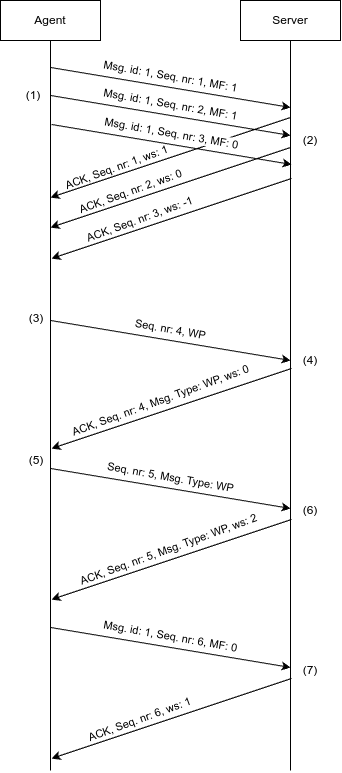
This is report/img/sequence_diagrams/flux_control.png from migueltc13/project-CC, a draw.io export, as it was before one commit. Source tidied: cells renumbered, new cells last; positions are measured from the earlier drawing's top-left corner, leaving out a move shared by most shapes. The source it was exported from:
```xml
<mxGraphModel>
  <root>
    <mxCell id="0" />
    <mxCell id="1" parent="0" />
    <mxCell id="2" value="Agent" style="rounded=0;whiteSpace=wrap;html=1;" parent="1" vertex="1">
      <mxGeometry width="100" height="40" as="geometry" />
    </mxCell>
    <mxCell id="3" value="Server" style="rounded=0;whiteSpace=wrap;html=1;" parent="1" vertex="1">
      <mxGeometry x="240" width="100" height="40" as="geometry" />
    </mxCell>
    <mxCell id="4" style="endArrow=none;html=1;rounded=0;exitX=0.5;exitY=1;exitDx=0;exitDy=0;" parent="1" edge="1" source="2">
      <mxGeometry relative="1" as="geometry">
        <mxPoint x="50" y="770" as="targetPoint" />
      </mxGeometry>
    </mxCell>
    <mxCell id="5" style="endArrow=none;html=1;rounded=0;exitX=0.5;exitY=1;exitDx=0;exitDy=0;" parent="1" edge="1" source="3">
      <mxGeometry relative="1" as="geometry">
        <mxPoint x="290" y="770" as="targetPoint" />
      </mxGeometry>
    </mxCell>
    <mxCell id="6" value="(1)" style="text;html=1;align=center;verticalAlign=middle;whiteSpace=wrap;rounded=0;" parent="1" vertex="1">
      <mxGeometry x="23" y="85" width="20" height="20" as="geometry" />
    </mxCell>
    <mxCell id="7" style="endArrow=classic;html=1;rounded=0;" parent="1" edge="1">
      <mxGeometry relative="1" as="geometry">
        <mxPoint x="290" y="117" as="sourcePoint" />
        <mxPoint x="50" y="197" as="targetPoint" />
      </mxGeometry>
    </mxCell>
    <mxCell id="8" value="ACK, Seq. nr: 1, ws: 1" style="edgeLabel;html=1;align=center;verticalAlign=middle;rotation=-20;labelBackgroundColor=none;" parent="1" vertex="1">
      <mxGeometry x="150" y="171" as="geometry">
        <mxPoint x="-30.9" y="-15.8" as="offset" />
      </mxGeometry>
    </mxCell>
    <mxCell id="9" style="endArrow=classic;html=1;rounded=0;" parent="1" edge="1">
      <mxGeometry relative="1" as="geometry">
        <mxPoint x="50" y="67" as="sourcePoint" />
        <mxPoint x="290" y="107" as="targetPoint" />
      </mxGeometry>
    </mxCell>
    <mxCell id="10" value="Msg. id: 1, Seq. nr: 1, MF: 1" style="edgeLabel;html=1;align=center;verticalAlign=middle;rotation=10;" parent="9" vertex="1">
      <mxGeometry x="-0.12" y="-1" relative="1" as="geometry">
        <mxPoint x="15" y="-10" as="offset" />
      </mxGeometry>
    </mxCell>
    <mxCell id="11" value="(2)" style="text;html=1;align=center;verticalAlign=middle;whiteSpace=wrap;rounded=0;" parent="1" vertex="1">
      <mxGeometry x="300" y="130" width="20" height="20" as="geometry" />
    </mxCell>
    <mxCell id="12" value="(3)" style="text;html=1;align=center;verticalAlign=middle;whiteSpace=wrap;rounded=0;" parent="1" vertex="1">
      <mxGeometry x="26" y="308" width="20" height="20" as="geometry" />
    </mxCell>
    <mxCell id="13" style="endArrow=classic;html=1;rounded=0;" parent="1" edge="1">
      <mxGeometry relative="1" as="geometry">
        <mxPoint x="50" y="95" as="sourcePoint" />
        <mxPoint x="290" y="135" as="targetPoint" />
      </mxGeometry>
    </mxCell>
    <mxCell id="14" value="Msg. id: 1, Seq. nr: 2, MF: 1" style="edgeLabel;html=1;align=center;verticalAlign=middle;rotation=10;" parent="13" vertex="1">
      <mxGeometry x="-0.12" y="-1" relative="1" as="geometry">
        <mxPoint x="15" y="-10" as="offset" />
      </mxGeometry>
    </mxCell>
    <mxCell id="15" style="endArrow=classic;html=1;rounded=0;" parent="1" edge="1">
      <mxGeometry relative="1" as="geometry">
        <mxPoint x="51" y="124" as="sourcePoint" />
        <mxPoint x="291" y="164" as="targetPoint" />
      </mxGeometry>
    </mxCell>
    <mxCell id="16" value="Msg. id: 1, Seq. nr: 3, MF: 0" style="edgeLabel;html=1;align=center;verticalAlign=middle;rotation=10;" parent="15" vertex="1">
      <mxGeometry x="-0.12" y="-1" relative="1" as="geometry">
        <mxPoint x="15" y="-10" as="offset" />
      </mxGeometry>
    </mxCell>
    <mxCell id="17" style="endArrow=classic;html=1;rounded=0;" parent="1" edge="1">
      <mxGeometry relative="1" as="geometry">
        <mxPoint x="290" y="147" as="sourcePoint" />
        <mxPoint x="50" y="227" as="targetPoint" />
      </mxGeometry>
    </mxCell>
    <mxCell id="18" value="ACK, Seq. nr: 2, ws: 0" style="edgeLabel;html=1;align=center;verticalAlign=middle;rotation=-20;labelBackgroundColor=none;" parent="1" vertex="1">
      <mxGeometry x="164" y="195" as="geometry">
        <mxPoint x="-30.9" y="-15.8" as="offset" />
      </mxGeometry>
    </mxCell>
    <mxCell id="19" style="endArrow=classic;html=1;rounded=0;" parent="1" edge="1">
      <mxGeometry relative="1" as="geometry">
        <mxPoint x="291" y="178" as="sourcePoint" />
        <mxPoint x="51" y="258" as="targetPoint" />
      </mxGeometry>
    </mxCell>
    <mxCell id="20" value="ACK, Seq. nr: 3, ws: -1" style="edgeLabel;html=1;align=center;verticalAlign=middle;rotation=-20;labelBackgroundColor=none;" parent="1" vertex="1">
      <mxGeometry x="173" y="223" as="geometry">
        <mxPoint x="-30.9" y="-15.8" as="offset" />
      </mxGeometry>
    </mxCell>
    <mxCell id="21" style="endArrow=classic;html=1;rounded=0;" parent="1" edge="1">
      <mxGeometry relative="1" as="geometry">
        <mxPoint x="50" y="320" as="sourcePoint" />
        <mxPoint x="290" y="360" as="targetPoint" />
      </mxGeometry>
    </mxCell>
    <mxCell id="22" value="Seq. nr: 4, WP" style="edgeLabel;html=1;align=center;verticalAlign=middle;rotation=10;" parent="21" vertex="1">
      <mxGeometry x="-0.12" y="-1" relative="1" as="geometry">
        <mxPoint x="15" y="-10" as="offset" />
      </mxGeometry>
    </mxCell>
    <mxCell id="23" style="endArrow=classic;html=1;rounded=0;" parent="1" edge="1">
      <mxGeometry relative="1" as="geometry">
        <mxPoint x="291" y="368" as="sourcePoint" />
        <mxPoint x="51" y="448" as="targetPoint" />
      </mxGeometry>
    </mxCell>
    <mxCell id="24" value="(4)" style="text;html=1;align=center;verticalAlign=middle;whiteSpace=wrap;rounded=0;" parent="1" vertex="1">
      <mxGeometry x="300" y="350" width="20" height="20" as="geometry" />
    </mxCell>
    <mxCell id="25" style="endArrow=classic;html=1;rounded=0;" parent="1" edge="1">
      <mxGeometry relative="1" as="geometry">
        <mxPoint x="50" y="468" as="sourcePoint" />
        <mxPoint x="290" y="508" as="targetPoint" />
      </mxGeometry>
    </mxCell>
    <mxCell id="26" value="Seq. nr: 5, Msg. Type: WP" style="edgeLabel;html=1;align=center;verticalAlign=middle;rotation=10;" parent="25" vertex="1">
      <mxGeometry x="-0.12" y="-1" relative="1" as="geometry">
        <mxPoint x="15" y="-10" as="offset" />
      </mxGeometry>
    </mxCell>
    <mxCell id="27" style="endArrow=classic;html=1;rounded=0;" parent="1" edge="1">
      <mxGeometry relative="1" as="geometry">
        <mxPoint x="291" y="519" as="sourcePoint" />
        <mxPoint x="51" y="599" as="targetPoint" />
      </mxGeometry>
    </mxCell>
    <mxCell id="28" value="ACK, Seq. nr: 5, Msg. Type: WP, ws: 2" style="edgeLabel;html=1;align=center;verticalAlign=middle;rotation=-20;labelBackgroundColor=none;" parent="1" vertex="1">
      <mxGeometry x="250" y="552" as="geometry">
        <mxPoint x="-76.3" y="-31.2" as="offset" />
      </mxGeometry>
    </mxCell>
    <mxCell id="29" style="endArrow=classic;html=1;rounded=0;" parent="1" edge="1">
      <mxGeometry relative="1" as="geometry">
        <mxPoint x="50" y="627" as="sourcePoint" />
        <mxPoint x="290" y="667" as="targetPoint" />
      </mxGeometry>
    </mxCell>
    <mxCell id="30" value="Msg. id: 1, Seq. nr: 6, MF: 0" style="edgeLabel;html=1;align=center;verticalAlign=middle;rotation=10;" parent="29" vertex="1">
      <mxGeometry x="-0.12" y="-1" relative="1" as="geometry">
        <mxPoint x="15" y="-10" as="offset" />
      </mxGeometry>
    </mxCell>
    <mxCell id="31" style="endArrow=classic;html=1;rounded=0;" parent="1" edge="1">
      <mxGeometry relative="1" as="geometry">
        <mxPoint x="291" y="678" as="sourcePoint" />
        <mxPoint x="51" y="758" as="targetPoint" />
      </mxGeometry>
    </mxCell>
    <mxCell id="32" value="ACK, Seq. nr: 6, ws: 1" style="edgeLabel;html=1;align=center;verticalAlign=middle;rotation=-20;labelBackgroundColor=none;" parent="1" vertex="1">
      <mxGeometry x="173" y="723" as="geometry">
        <mxPoint x="-30.9" y="-15.8" as="offset" />
      </mxGeometry>
    </mxCell>
    <mxCell id="33" value="(6)" style="text;html=1;align=center;verticalAlign=middle;whiteSpace=wrap;rounded=0;" parent="1" vertex="1">
      <mxGeometry x="300" y="500" width="20" height="20" as="geometry" />
    </mxCell>
    <mxCell id="34" value="(5)" style="text;html=1;align=center;verticalAlign=middle;whiteSpace=wrap;rounded=0;" parent="1" vertex="1">
      <mxGeometry x="26" y="450" width="20" height="20" as="geometry" />
    </mxCell>
    <mxCell id="35" value="(7)" style="text;html=1;align=center;verticalAlign=middle;whiteSpace=wrap;rounded=0;" parent="1" vertex="1">
      <mxGeometry x="300" y="660" width="20" height="20" as="geometry" />
    </mxCell>
    <mxCell id="36" value="ACK, Seq. nr: 4, Msg. Type: WP, ws: 0" style="edgeLabel;html=1;align=center;verticalAlign=middle;rotation=-20;labelBackgroundColor=none;" parent="1" vertex="1">
      <mxGeometry x="242" y="403" as="geometry">
        <mxPoint x="-76.3" y="-31.2" as="offset" />
      </mxGeometry>
    </mxCell>
  </root>
</mxGraphModel>
```
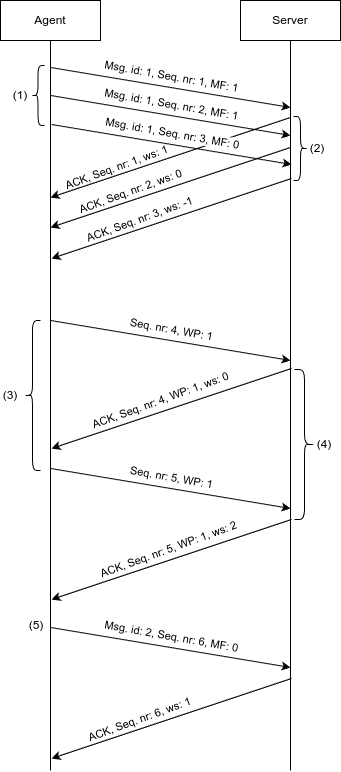
The same file after the commit.

Commit message:
Updates on flux control diagram

What changed in the source:
```diff
@@ -19,7 +19,7 @@
       </mxGeometry>
     </mxCell>
     <mxCell id="6" value="(1)" style="text;html=1;align=center;verticalAlign=middle;whiteSpace=wrap;rounded=0;" parent="1" vertex="1">
-      <mxGeometry x="23" y="85" width="20" height="20" as="geometry" />
+      <mxGeometry x="10" y="85" width="20" height="20" as="geometry" />
     </mxCell>
     <mxCell id="7" style="endArrow=classic;html=1;rounded=0;" parent="1" edge="1">
       <mxGeometry relative="1" as="geometry">
@@ -44,10 +44,10 @@
       </mxGeometry>
     </mxCell>
     <mxCell id="11" value="(2)" style="text;html=1;align=center;verticalAlign=middle;whiteSpace=wrap;rounded=0;" parent="1" vertex="1">
-      <mxGeometry x="300" y="130" width="20" height="20" as="geometry" />
+      <mxGeometry x="307" y="138" width="20" height="20" as="geometry" />
     </mxCell>
     <mxCell id="12" value="(3)" style="text;html=1;align=center;verticalAlign=middle;whiteSpace=wrap;rounded=0;" parent="1" vertex="1">
-      <mxGeometry x="26" y="308" width="20" height="20" as="geometry" />
+      <mxGeometry y="385" width="20" height="20" as="geometry" />
     </mxCell>
     <mxCell id="13" style="endArrow=classic;html=1;rounded=0;" parent="1" edge="1">
       <mxGeometry relative="1" as="geometry">
@@ -99,7 +99,7 @@
         <mxPoint x="290" y="360" as="targetPoint" />
       </mxGeometry>
     </mxCell>
-    <mxCell id="22" value="Seq. nr: 4, WP" style="edgeLabel;html=1;align=center;verticalAlign=middle;rotation=10;" parent="21" vertex="1">
+    <mxCell id="22" value="Seq. nr: 4, WP: 1" style="edgeLabel;html=1;align=center;verticalAlign=middle;rotation=10;" parent="21" vertex="1">
       <mxGeometry x="-0.12" y="-1" relative="1" as="geometry">
         <mxPoint x="15" y="-10" as="offset" />
       </mxGeometry>
@@ -111,7 +111,7 @@
       </mxGeometry>
     </mxCell>
     <mxCell id="24" value="(4)" style="text;html=1;align=center;verticalAlign=middle;whiteSpace=wrap;rounded=0;" parent="1" vertex="1">
-      <mxGeometry x="300" y="350" width="20" height="20" as="geometry" />
+      <mxGeometry x="314" y="434" width="20" height="20" as="geometry" />
     </mxCell>
     <mxCell id="25" style="endArrow=classic;html=1;rounded=0;" parent="1" edge="1">
       <mxGeometry relative="1" as="geometry">
@@ -119,7 +119,7 @@
         <mxPoint x="290" y="508" as="targetPoint" />
       </mxGeometry>
     </mxCell>
-    <mxCell id="26" value="Seq. nr: 5, Msg. Type: WP" style="edgeLabel;html=1;align=center;verticalAlign=middle;rotation=10;" parent="25" vertex="1">
+    <mxCell id="26" value="Seq. nr: 5, WP: 1" style="edgeLabel;html=1;align=center;verticalAlign=middle;rotation=10;" parent="25" vertex="1">
       <mxGeometry x="-0.12" y="-1" relative="1" as="geometry">
         <mxPoint x="15" y="-10" as="offset" />
       </mxGeometry>
@@ -130,7 +130,7 @@
         <mxPoint x="51" y="599" as="targetPoint" />
       </mxGeometry>
     </mxCell>
-    <mxCell id="28" value="ACK, Seq. nr: 5, Msg. Type: WP, ws: 2" style="edgeLabel;html=1;align=center;verticalAlign=middle;rotation=-20;labelBackgroundColor=none;" parent="1" vertex="1">
+    <mxCell id="28" value="ACK, Seq. nr: 5, WP: 1, ws: 2" style="edgeLabel;html=1;align=center;verticalAlign=middle;rotation=-20;labelBackgroundColor=none;" parent="1" vertex="1">
       <mxGeometry x="250" y="552" as="geometry">
         <mxPoint x="-76.3" y="-31.2" as="offset" />
       </mxGeometry>
@@ -141,7 +141,7 @@
         <mxPoint x="290" y="667" as="targetPoint" />
       </mxGeometry>
     </mxCell>
-    <mxCell id="30" value="Msg. id: 1, Seq. nr: 6, MF: 0" style="edgeLabel;html=1;align=center;verticalAlign=middle;rotation=10;" parent="29" vertex="1">
+    <mxCell id="30" value="Msg. id: 2, Seq. nr: 6, MF: 0" style="edgeLabel;html=1;align=center;verticalAlign=middle;rotation=10;" parent="29" vertex="1">
       <mxGeometry x="-0.12" y="-1" relative="1" as="geometry">
         <mxPoint x="15" y="-10" as="offset" />
       </mxGeometry>
@@ -157,19 +157,25 @@
         <mxPoint x="-30.9" y="-15.8" as="offset" />
       </mxGeometry>
     </mxCell>
-    <mxCell id="33" value="(6)" style="text;html=1;align=center;verticalAlign=middle;whiteSpace=wrap;rounded=0;" parent="1" vertex="1">
-      <mxGeometry x="300" y="500" width="20" height="20" as="geometry" />
-    </mxCell>
+    <mxCell id="36" value="ACK, Seq. nr: 4, WP: 1, ws: 0" style="edgeLabel;html=1;align=center;verticalAlign=middle;rotation=-20;labelBackgroundColor=none;" parent="1" vertex="1">
+      <mxGeometry x="242" y="403" as="geometry">
+        <mxPoint x="-76.3" y="-31.2" as="offset" />
+      </mxGeometry>
+    </mxCell>
     <mxCell id="34" value="(5)" style="text;html=1;align=center;verticalAlign=middle;whiteSpace=wrap;rounded=0;" parent="1" vertex="1">
-      <mxGeometry x="26" y="450" width="20" height="20" as="geometry" />
+      <mxGeometry x="26" y="615" width="20" height="20" as="geometry" />
     </mxCell>
-    <mxCell id="35" value="(7)" style="text;html=1;align=center;verticalAlign=middle;whiteSpace=wrap;rounded=0;" parent="1" vertex="1">
-      <mxGeometry x="300" y="660" width="20" height="20" as="geometry" />
-    </mxCell>
-    <mxCell id="36" value="ACK, Seq. nr: 4, Msg. Type: WP, ws: 0" style="edgeLabel;html=1;align=center;verticalAlign=middle;rotation=-20;labelBackgroundColor=none;" parent="1" vertex="1">
-      <mxGeometry x="242" y="403" as="geometry">
-        <mxPoint x="-76.3" y="-31.2" as="offset" />
-      </mxGeometry>
-    </mxCell>
+    <mxCell id="37" style="shape=curlyBracket;whiteSpace=wrap;html=1;rounded=1;labelPosition=left;verticalLabelPosition=middle;align=right;verticalAlign=middle;" parent="1" vertex="1">
+      <mxGeometry x="24" y="320" width="16" height="150" as="geometry" />
+    </mxCell>
+    <mxCell id="38" style="shape=curlyBracket;whiteSpace=wrap;html=1;rounded=1;flipH=1;labelPosition=right;verticalLabelPosition=middle;align=left;verticalAlign=middle;" parent="1" vertex="1">
+      <mxGeometry x="294" y="369" width="20" height="150" as="geometry" />
+    </mxCell>
+    <mxCell id="39" style="shape=curlyBracket;whiteSpace=wrap;html=1;rounded=1;labelPosition=left;verticalLabelPosition=middle;align=right;verticalAlign=middle;" parent="1" vertex="1">
+      <mxGeometry x="31" y="65" width="13" height="60" as="geometry" />
+    </mxCell>
+    <mxCell id="40" style="shape=curlyBracket;whiteSpace=wrap;html=1;rounded=1;flipH=1;labelPosition=right;verticalLabelPosition=middle;align=left;verticalAlign=middle;" parent="1" vertex="1">
+      <mxGeometry x="293" y="116" width="14" height="64" as="geometry" />
+    </mxCell>
   </root>
 </mxGraphModel>
```
